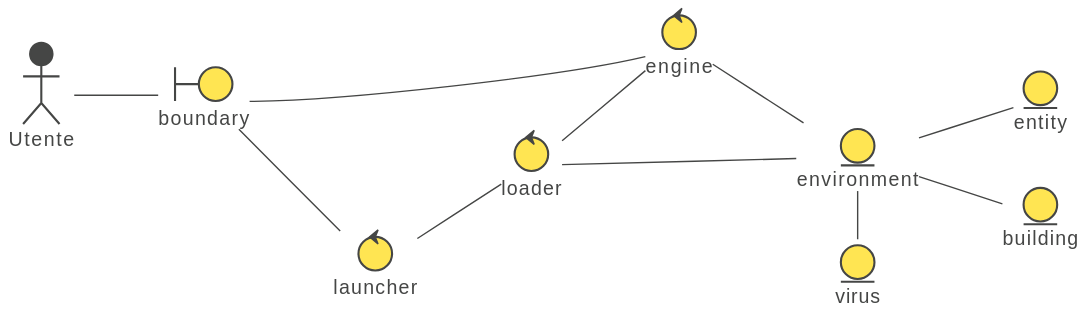
Before: doc/report/imgs/architecture.svg, a diagram exported from PlantUML (VirusSpreadSimulator/PPS-22-virsim).
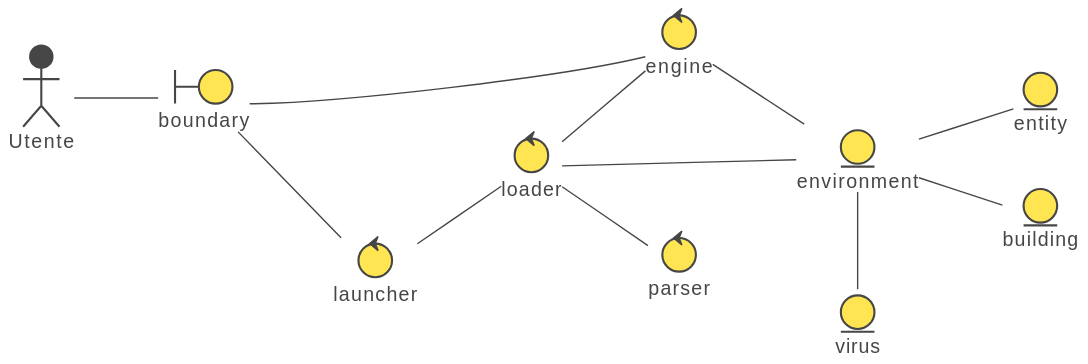
The same diagram one commit later.

Commit message:
chore(docs): add parser to architecture diagram

Change to the diagram source:
```diff
@@ -7,6 +7,7 @@
 control launcher
 control engine
 control loader
+control parser
 
 entity environment
 entity virus
@@ -14,6 +15,8 @@
 entity building
 
 actor Utente
+
+
 
 Utente -- boundary
 boundary -- launcher
@@ -24,13 +27,20 @@
 
 engine -left- boundary
 
+loader -- parser
+
+
 engine -- environment
 environment -right- virus
 environment -- entity
 environment -- building
 
+
+
 launcher -[hidden]-> virus
 boundary -[hidden]-> loader
 boundary -[hidden]-> engine
+launcher -[hidden]-> parser
+
 
 @enduml
```
